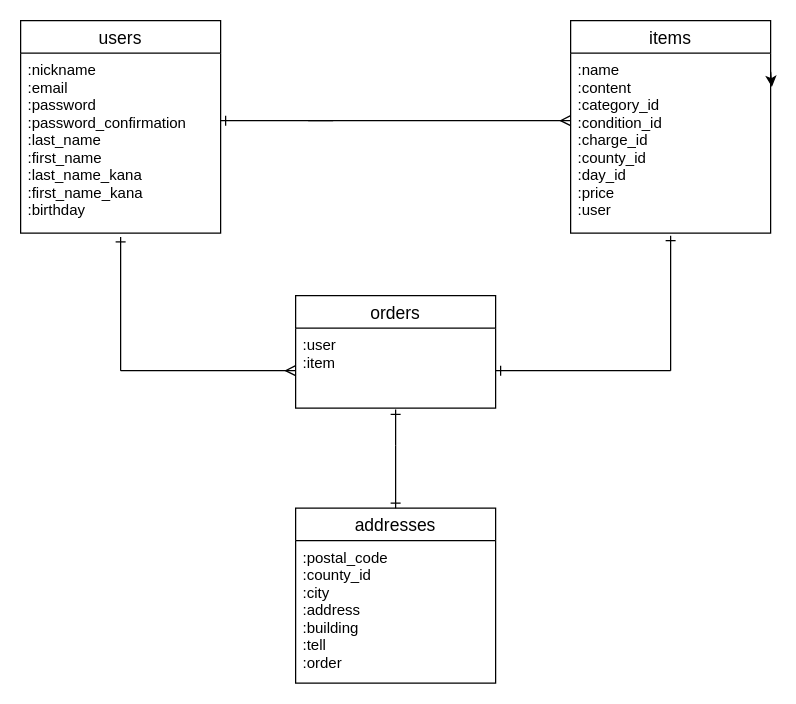
keizo0708/furima-37912 keeps this draw.io diagram as er.dio. Above is the earlier version. Source tidied: cells renumbered, new cells numbered last; positions are measured from the earlier drawing's top-left corner, leaving out a move shared by most shapes. Both pictures are drawn from the tidied source at 125%, with x=0, y=0 at pixel (20, 20).
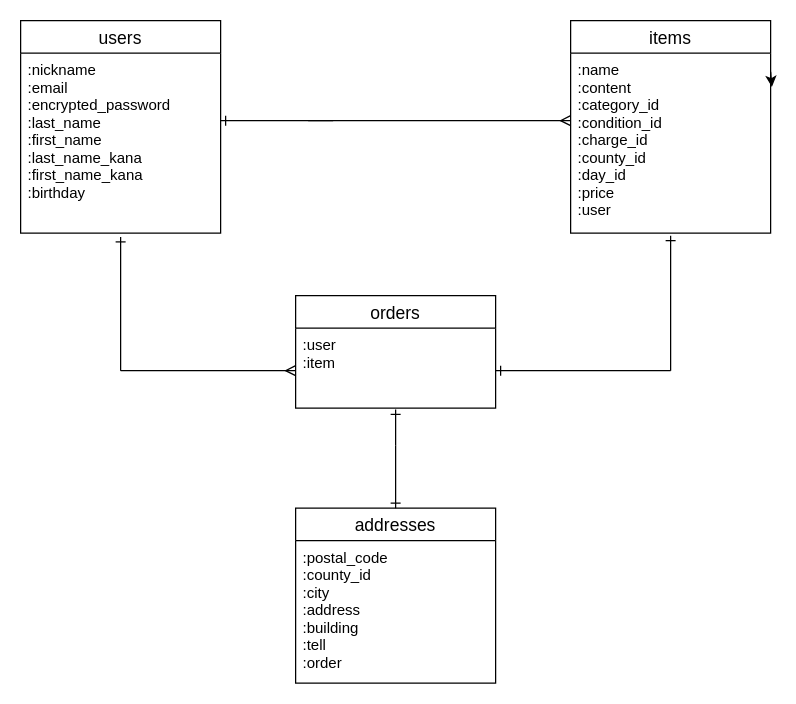
The same diagram, later.

The change refers to these unchanged cells:
```xml
<mxCell id="2" value="users" style="swimlane;fontStyle=0;horizontal=1;startSize=26;align=center;fontSize=14;" parent="1" vertex="1">
  <mxGeometry width="160" height="170" as="geometry" />
</mxCell>
```

What changed in the source:
```diff
@@
-    <mxCell id="3" value=":nickname&#10;:email&#10;:password&#10;:password_confirmation &#10;:last_name&#10;:first_name&#10;:last_name_kana &#10;:first_name_kana&#10;:birthday" style="text;strokeColor=none;fillColor=none;spacingLeft=4;spacingRight=4;overflow=hidden;points=[[0,0.5],[1,0.5]];portConstraint=eastwest;fontSize=12;" parent="2" vertex="1">
+    <mxCell id="3" value=":nickname&#10;:email&#10;:encrypted_password&#10;:last_name&#10;:first_name&#10;:last_name_kana &#10;:first_name_kana&#10;:birthday" style="text;strokeColor=none;fillColor=none;spacingLeft=4;spacingRight=4;overflow=hidden;points=[[0,0.5],[1,0.5]];portConstraint=eastwest;fontSize=12;" parent="2" vertex="1">
       <mxGeometry y="26" width="160" height="144" as="geometry" />
     </mxCell>
```
